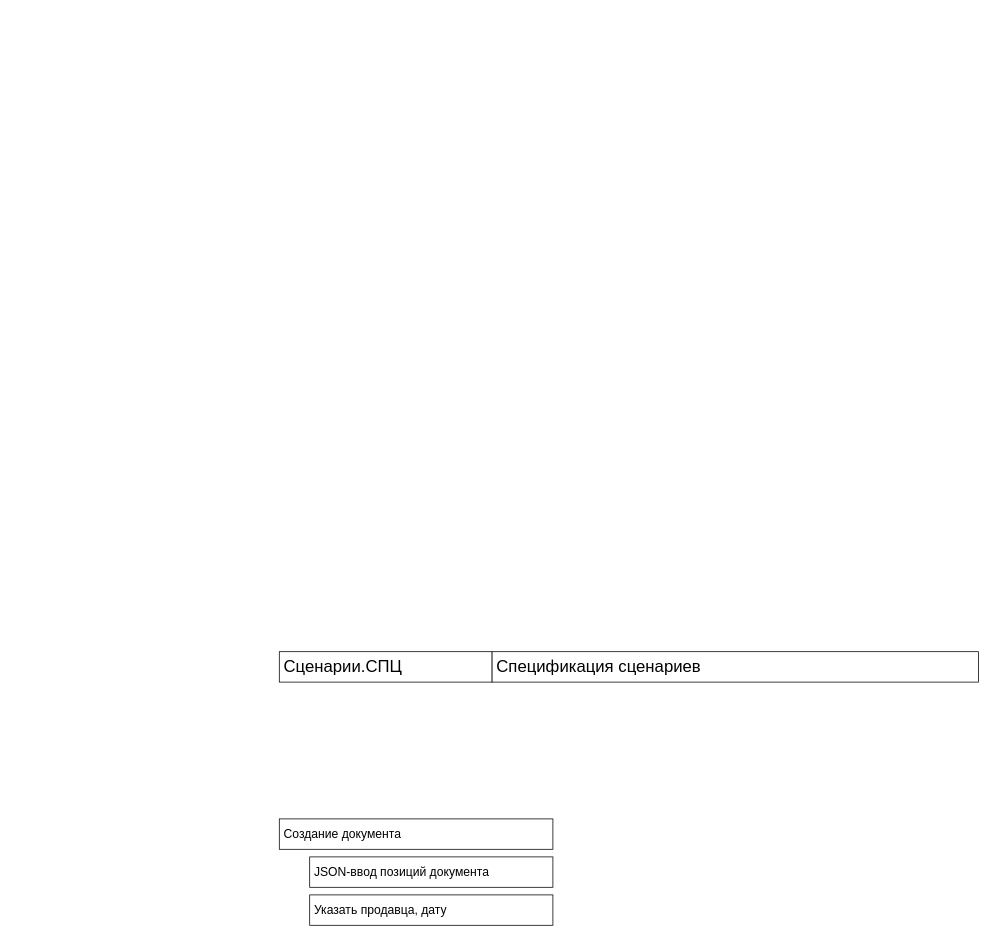
Above: page "Сценарии.СПЦ" (4 of 9) of doc/main.drawio in aleshin-roman-nk/DrCostCSV (draw.io), before the change. Source tidied: cells renumbered, new cells numbered last; positions are measured from the earlier drawing's top-left corner, leaving out a move shared by most shapes. Both pictures are drawn from the tidied source at 76%, with x=0, y=0 at pixel (279, 651).
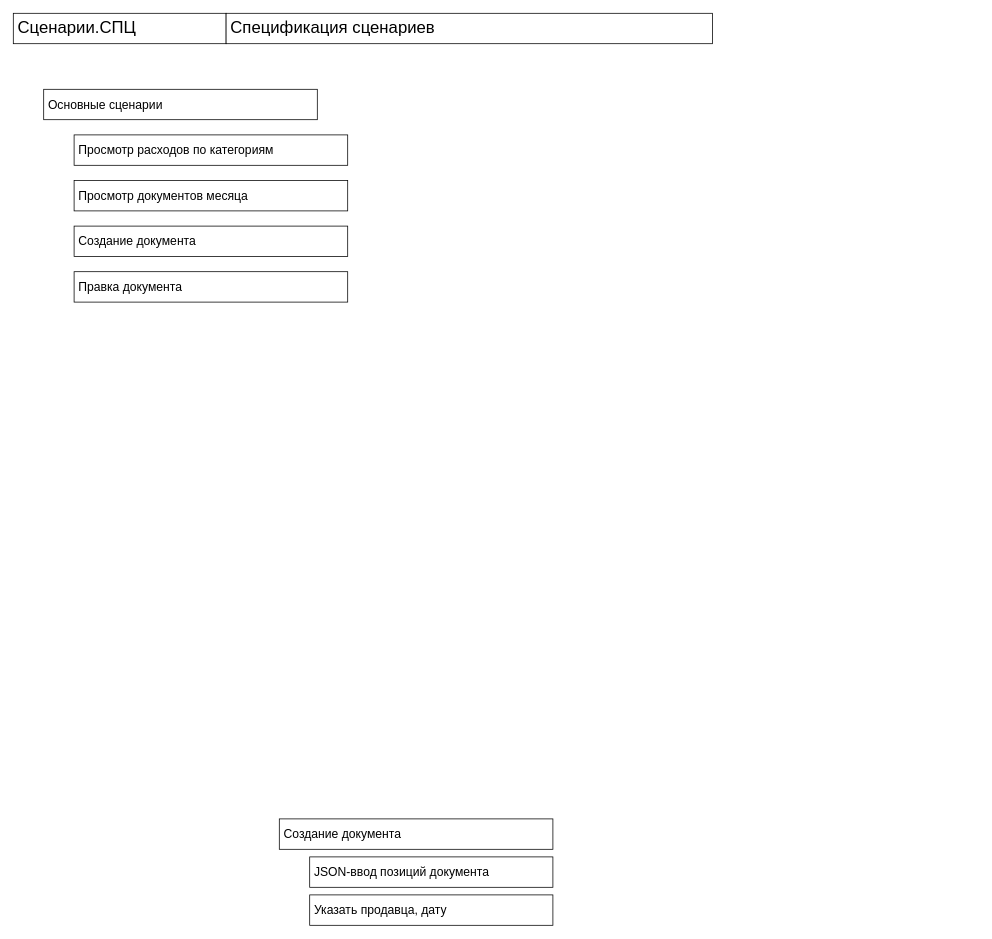
Above is the later version.

Change to the diagram source:
```diff
@@
 <mxGraphModel>
   <root>
     <mxCell id="0" />
     <mxCell id="1" parent="0" />
     <mxCell id="2" value="Сценарии.СПЦ" style="rounded=0;whiteSpace=wrap;html=1;fontSize=22;spacingLeft=4;spacingBottom=4;spacingRight=4;spacingTop=4;align=left;" parent="1" vertex="1">
-      <mxGeometry width="280" height="40" as="geometry" />
+      <mxGeometry x="-350" y="-840" width="280" height="40" as="geometry" />
     </mxCell>
     <mxCell id="3" value="Спецификация сценариев" style="rounded=0;whiteSpace=wrap;html=1;fontSize=22;spacingLeft=4;spacingBottom=4;spacingRight=4;spacingTop=4;align=left;" parent="1" vertex="1">
-      <mxGeometry x="280" width="640" height="40" as="geometry" />
+      <mxGeometry x="-70" y="-840" width="640" height="40" as="geometry" />
     </mxCell>
     <mxCell id="4" value="Создание документа" style="rounded=0;whiteSpace=wrap;html=1;fontSize=16;spacingLeft=4;spacingBottom=4;spacingRight=4;spacingTop=4;align=left;" parent="1" vertex="1">
       <mxGeometry y="220" width="360" height="40" as="geometry" />
     </mxCell>
     <mxCell id="5" value="JSON-ввод позиций документа" style="rounded=0;whiteSpace=wrap;html=1;fontSize=16;spacingLeft=4;spacingBottom=4;spacingRight=4;spacingTop=4;align=left;" parent="1" vertex="1">
       <mxGeometry x="40" y="270" width="320" height="40" as="geometry" />
     </mxCell>
     <mxCell id="6" value="Указать продавца, дату" style="rounded=0;whiteSpace=wrap;html=1;fontSize=16;spacingLeft=4;spacingBottom=4;spacingRight=4;spacingTop=4;align=left;" parent="1" vertex="1">
       <mxGeometry x="40" y="320" width="320" height="40" as="geometry" />
     </mxCell>
+    <mxCell id="7" value="Основные сценарии" style="rounded=0;whiteSpace=wrap;html=1;fontSize=16;spacingLeft=4;spacingBottom=4;spacingRight=4;spacingTop=4;align=left;" parent="1" vertex="1">
+      <mxGeometry x="-310" y="-740" width="360" height="40" as="geometry" />
+    </mxCell>
+    <mxCell id="8" value="Просмотр расходов по категориям" style="rounded=0;whiteSpace=wrap;html=1;fontSize=16;spacingLeft=4;spacingBottom=4;spacingRight=4;spacingTop=4;align=left;" parent="1" vertex="1">
+      <mxGeometry x="-270" y="-680" width="360" height="40" as="geometry" />
+    </mxCell>
+    <mxCell id="9" value="Просмотр документов месяца" style="rounded=0;whiteSpace=wrap;html=1;fontSize=16;spacingLeft=4;spacingBottom=4;spacingRight=4;spacingTop=4;align=left;" parent="1" vertex="1">
+      <mxGeometry x="-270" y="-620" width="360" height="40" as="geometry" />
+    </mxCell>
+    <mxCell id="10" value="Создание документа" style="rounded=0;whiteSpace=wrap;html=1;fontSize=16;spacingLeft=4;spacingBottom=4;spacingRight=4;spacingTop=4;align=left;" parent="1" vertex="1">
+      <mxGeometry x="-270" y="-560" width="360" height="40" as="geometry" />
+    </mxCell>
+    <mxCell id="11" value="Правка документа" style="rounded=0;whiteSpace=wrap;html=1;fontSize=16;spacingLeft=4;spacingBottom=4;spacingRight=4;spacingTop=4;align=left;" parent="1" vertex="1">
+      <mxGeometry x="-270" y="-500" width="360" height="40" as="geometry" />
+    </mxCell>
   </root>
 </mxGraphModel>
```
